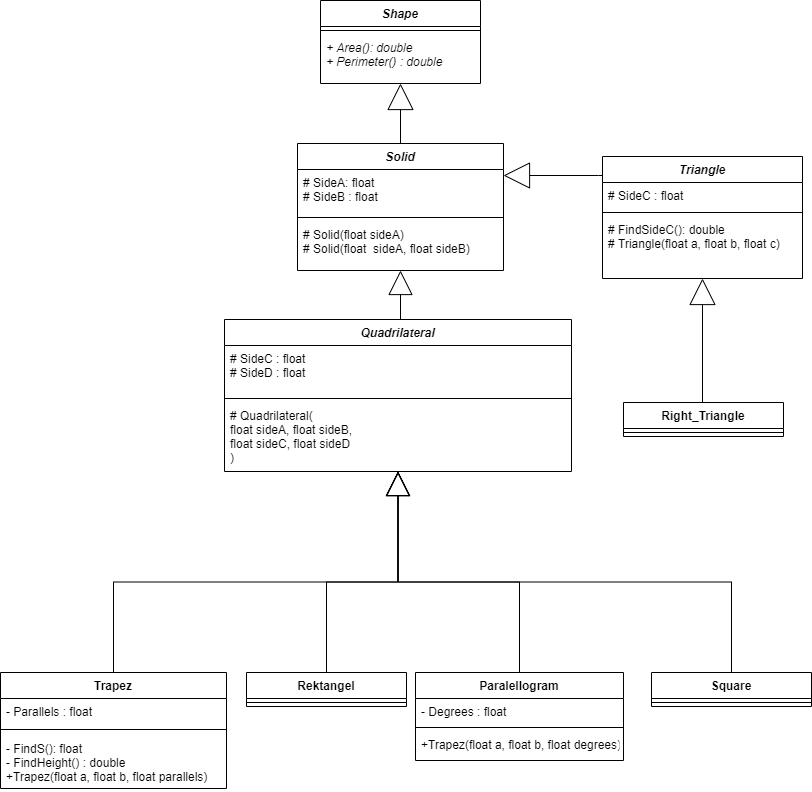
The draw.io diagram Geometry/UML/Geometry - H2.png in WizzyVeigar/Geometry, before a commit. Source tidied: cells renumbered, new cells last; positions are measured from the earlier drawing's top-left corner, leaving out a move shared by most shapes.
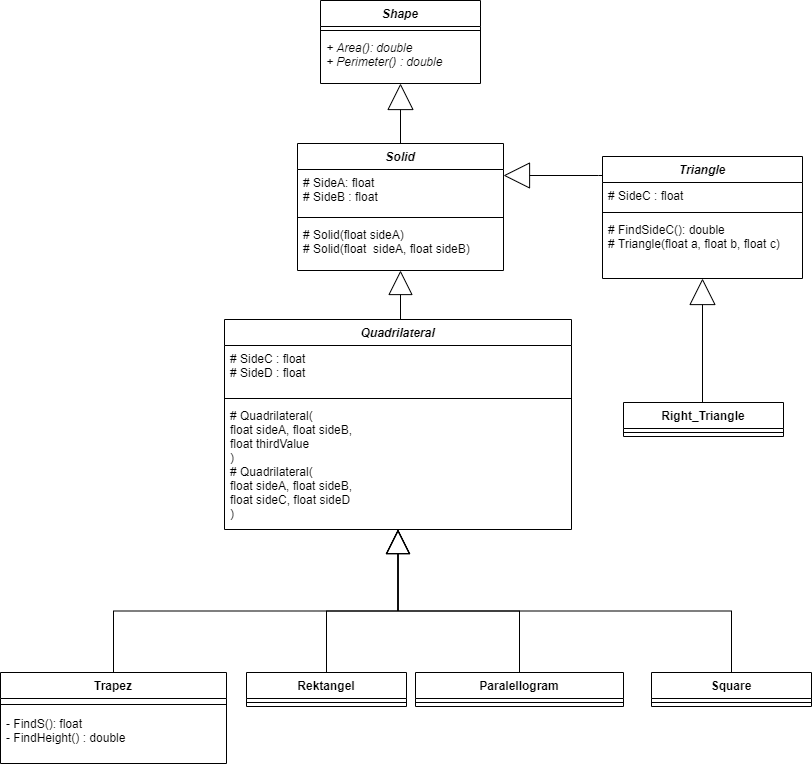
Later version of the same file.

What changed in the source:
```diff
@@ -5,9 +5,9 @@
     <mxCell id="2" value="Shape" style="swimlane;fontStyle=3;align=center;verticalAlign=top;horizontal=1;startSize=26;" parent="1" vertex="1">
       <mxGeometry x="320" width="160" height="83" as="geometry" />
     </mxCell>
-    <mxCell id="3" style="line;strokeWidth=1;fillColor=none;align=left;verticalAlign=middle;spacingTop=-1;spacingLeft=3;spacingRight=3;labelPosition=right;" parent="2" vertex="1">
-      <mxGeometry y="26" width="160" height="8" as="geometry" />
-    </mxCell>
+    <mxCell id="39" style="line;strokeWidth=1;fillColor=none;align=left;verticalAlign=middle;spacingTop=-1;spacingLeft=3;spacingRight=3;labelPosition=right;" parent="2" vertex="1">
+      <mxGeometry y="26" width="160" height="8" as="geometry" />
+    </mxCell>
     <mxCell id="4" value="+ Area(): double&#10;+ Perimeter() : double" style="text;strokeColor=none;fillColor=none;align=left;verticalAlign=top;spacingLeft=4;spacingRight=4;overflow=hidden;fontStyle=2;" parent="2" vertex="1">
       <mxGeometry y="34" width="160" height="49" as="geometry" />
     </mxCell>
@@ -47,41 +47,32 @@
       <mxGeometry relative="1" as="geometry" />
     </mxCell>
     <mxCell id="15" value="Trapez" style="swimlane;fontStyle=1;align=center;verticalAlign=top;horizontal=1;startSize=26;" parent="1" vertex="1">
-      <mxGeometry y="672" width="226" height="116" as="geometry" />
+      <mxGeometry y="672" width="226" height="91" as="geometry" />
     </mxCell>
-    <mxCell id="16" value="- Parallels : float" style="text;strokeColor=none;fillColor=none;align=left;verticalAlign=top;spacingLeft=4;spacingRight=4;overflow=hidden;" parent="15" vertex="1">
-      <mxGeometry y="26" width="226" height="25" as="geometry" />
-    </mxCell>
-    <mxCell id="17" style="line;strokeWidth=1;fillColor=none;align=left;verticalAlign=middle;spacingTop=-1;spacingLeft=3;spacingRight=3;labelPosition=right;" parent="15" vertex="1">
-      <mxGeometry y="51" width="226" height="12" as="geometry" />
-    </mxCell>
-    <mxCell id="18" value="- FindS(): float&#10;- FindHeight() : double &#10;+Trapez(float a, float b, float parallels)" style="text;strokeColor=none;fillColor=none;align=left;verticalAlign=top;spacingLeft=4;spacingRight=4;overflow=hidden;" parent="15" vertex="1">
-      <mxGeometry y="63" width="226" height="53" as="geometry" />
-    </mxCell>
+    <mxCell id="40" style="line;strokeWidth=1;fillColor=none;align=left;verticalAlign=middle;spacingTop=-1;spacingLeft=3;spacingRight=3;labelPosition=right;" parent="15" vertex="1">
+      <mxGeometry y="26" width="226" height="12" as="geometry" />
+    </mxCell>
+    <mxCell id="41" value="- FindS(): float&#10;- FindHeight() : double " style="text;strokeColor=none;fillColor=none;align=left;verticalAlign=top;spacingLeft=4;spacingRight=4;overflow=hidden;" parent="15" vertex="1">
+      <mxGeometry y="38" width="226" height="53" as="geometry" />
+    </mxCell>
     <mxCell id="19" style="edgeStyle=orthogonalEdgeStyle;rounded=0;jettySize=auto;html=1;exitX=0.5;exitY=0;exitDx=0;exitDy=0;startSize=14;endArrow=block;endFill=0;endSize=22;" parent="1" edge="1" source="20" target="28">
       <mxGeometry relative="1" as="geometry" />
     </mxCell>
     <mxCell id="20" value="Paralellogram" style="swimlane;fontStyle=1;align=center;verticalAlign=top;horizontal=1;startSize=26;" parent="1" vertex="1">
-      <mxGeometry x="415" y="672" width="208" height="88" as="geometry" />
+      <mxGeometry x="415" y="672" width="208" height="34" as="geometry" />
     </mxCell>
-    <mxCell id="21" value="- Degrees : float" style="text;strokeColor=none;fillColor=none;align=left;verticalAlign=top;spacingLeft=4;spacingRight=4;overflow=hidden;" parent="20" vertex="1">
-      <mxGeometry y="26" width="208" height="25" as="geometry" />
-    </mxCell>
-    <mxCell id="22" style="line;strokeWidth=1;fillColor=none;align=left;verticalAlign=middle;spacingTop=-1;spacingLeft=3;spacingRight=3;labelPosition=right;" parent="20" vertex="1">
-      <mxGeometry y="51" width="208" height="8" as="geometry" />
-    </mxCell>
-    <mxCell id="23" value="+Trapez(float a, float b, float degrees)" style="text;strokeColor=none;fillColor=none;align=left;verticalAlign=top;spacingLeft=4;spacingRight=4;overflow=hidden;" parent="20" vertex="1">
-      <mxGeometry y="59" width="208" height="29" as="geometry" />
-    </mxCell>
+    <mxCell id="42" style="line;strokeWidth=1;fillColor=none;align=left;verticalAlign=middle;spacingTop=-1;spacingLeft=3;spacingRight=3;labelPosition=right;" parent="20" vertex="1">
+      <mxGeometry y="26" width="208" height="8" as="geometry" />
+    </mxCell>
     <mxCell id="24" style="edgeStyle=orthogonalEdgeStyle;rounded=0;jettySize=auto;html=1;exitX=0.5;exitY=0;exitDx=0;exitDy=0;startSize=14;endArrow=block;endFill=0;endSize=22;" parent="1" edge="1" source="25" target="28">
       <mxGeometry relative="1" as="geometry" />
     </mxCell>
     <mxCell id="25" value="Square" style="swimlane;fontStyle=1;align=center;verticalAlign=top;horizontal=1;startSize=26;" parent="1" vertex="1">
       <mxGeometry x="651" y="672" width="160" height="34" as="geometry" />
     </mxCell>
-    <mxCell id="26" style="line;strokeWidth=1;fillColor=none;align=left;verticalAlign=middle;spacingTop=-1;spacingLeft=3;spacingRight=3;labelPosition=right;" parent="25" vertex="1">
-      <mxGeometry y="26" width="160" height="8" as="geometry" />
-    </mxCell>
+    <mxCell id="43" style="line;strokeWidth=1;fillColor=none;align=left;verticalAlign=middle;spacingTop=-1;spacingLeft=3;spacingRight=3;labelPosition=right;" parent="25" vertex="1">
+      <mxGeometry y="26" width="160" height="8" as="geometry" />
+    </mxCell>
     <mxCell id="27" style="edgeStyle=orthogonalEdgeStyle;rounded=0;jettySize=auto;html=1;exitX=0.5;exitY=0;exitDx=0;exitDy=0;startSize=14;endArrow=block;endFill=0;endSize=22;" parent="1" edge="1" source="28" target="5">
       <mxGeometry relative="1" as="geometry">
         <Array as="points">
@@ -90,7 +81,7 @@
       </mxGeometry>
     </mxCell>
     <mxCell id="28" value="Quadrilateral" style="swimlane;fontStyle=3;align=center;verticalAlign=top;horizontal=1;startSize=26;" parent="1" vertex="1">
-      <mxGeometry x="224" y="319" width="347" height="152" as="geometry" />
+      <mxGeometry x="224" y="319" width="347" height="210" as="geometry" />
     </mxCell>
     <mxCell id="29" value="# SideC : float&#10;# SideD : float" style="text;strokeColor=none;fillColor=none;align=left;verticalAlign=top;spacingLeft=4;spacingRight=4;overflow=hidden;" parent="28" vertex="1">
       <mxGeometry y="26" width="347" height="49" as="geometry" />
@@ -98,18 +89,18 @@
     <mxCell id="30" style="line;strokeWidth=1;fillColor=none;align=left;verticalAlign=middle;spacingTop=-1;spacingLeft=3;spacingRight=3;labelPosition=right;" parent="28" vertex="1">
       <mxGeometry y="75" width="347" height="8" as="geometry" />
     </mxCell>
-    <mxCell id="31" value="# Quadrilateral(&#10;float sideA, float sideB, &#10;float sideC, float sideD&#10;)" style="text;strokeColor=none;fillColor=none;align=left;verticalAlign=top;spacingLeft=4;spacingRight=4;overflow=hidden;" parent="28" vertex="1">
-      <mxGeometry y="83" width="347" height="69" as="geometry" />
-    </mxCell>
+    <mxCell id="44" value="# Quadrilateral(&#10;float sideA, float sideB,&#10;float thirdValue&#10;)&#10;# Quadrilateral(&#10;float sideA, float sideB, &#10;float sideC, float sideD&#10;)" style="text;strokeColor=none;fillColor=none;align=left;verticalAlign=top;spacingLeft=4;spacingRight=4;overflow=hidden;" parent="28" vertex="1">
+      <mxGeometry y="83" width="347" height="127" as="geometry" />
+    </mxCell>
     <mxCell id="32" style="edgeStyle=orthogonalEdgeStyle;rounded=0;jettySize=auto;html=1;exitX=0.5;exitY=0;exitDx=0;exitDy=0;startSize=14;endArrow=block;endFill=0;endSize=22;" parent="1" edge="1" source="33" target="28">
       <mxGeometry relative="1" as="geometry" />
     </mxCell>
     <mxCell id="33" value="Rektangel" style="swimlane;fontStyle=1;align=center;verticalAlign=top;horizontal=1;startSize=26;" parent="1" vertex="1">
       <mxGeometry x="246" y="672" width="160" height="34" as="geometry" />
     </mxCell>
-    <mxCell id="34" style="line;strokeWidth=1;fillColor=none;align=left;verticalAlign=middle;spacingTop=-1;spacingLeft=3;spacingRight=3;labelPosition=right;" parent="33" vertex="1">
-      <mxGeometry y="26" width="160" height="8" as="geometry" />
-    </mxCell>
+    <mxCell id="45" style="line;strokeWidth=1;fillColor=none;align=left;verticalAlign=middle;spacingTop=-1;spacingLeft=3;spacingRight=3;labelPosition=right;" parent="33" vertex="1">
+      <mxGeometry y="26" width="160" height="8" as="geometry" />
+    </mxCell>
     <mxCell id="35" style="edgeStyle=orthogonalEdgeStyle;rounded=0;jettySize=auto;html=1;endArrow=block;endFill=0;startSize=14;endSize=24;" parent="1" edge="1" source="5" target="2">
       <mxGeometry relative="1" as="geometry" />
     </mxCell>
@@ -123,8 +114,8 @@
     <mxCell id="37" value="Right_Triangle" style="swimlane;fontStyle=1;align=center;verticalAlign=top;horizontal=1;startSize=26;" parent="1" vertex="1">
       <mxGeometry x="623" y="402" width="160" height="34" as="geometry" />
     </mxCell>
-    <mxCell id="38" style="line;strokeWidth=1;fillColor=none;align=left;verticalAlign=middle;spacingTop=-1;spacingLeft=3;spacingRight=3;labelPosition=right;" parent="37" vertex="1">
-      <mxGeometry y="26" width="160" height="8" as="geometry" />
-    </mxCell>
+    <mxCell id="46" style="line;strokeWidth=1;fillColor=none;align=left;verticalAlign=middle;spacingTop=-1;spacingLeft=3;spacingRight=3;labelPosition=right;" parent="37" vertex="1">
+      <mxGeometry y="26" width="160" height="8" as="geometry" />
+    </mxCell>
   </root>
 </mxGraphModel>
```
